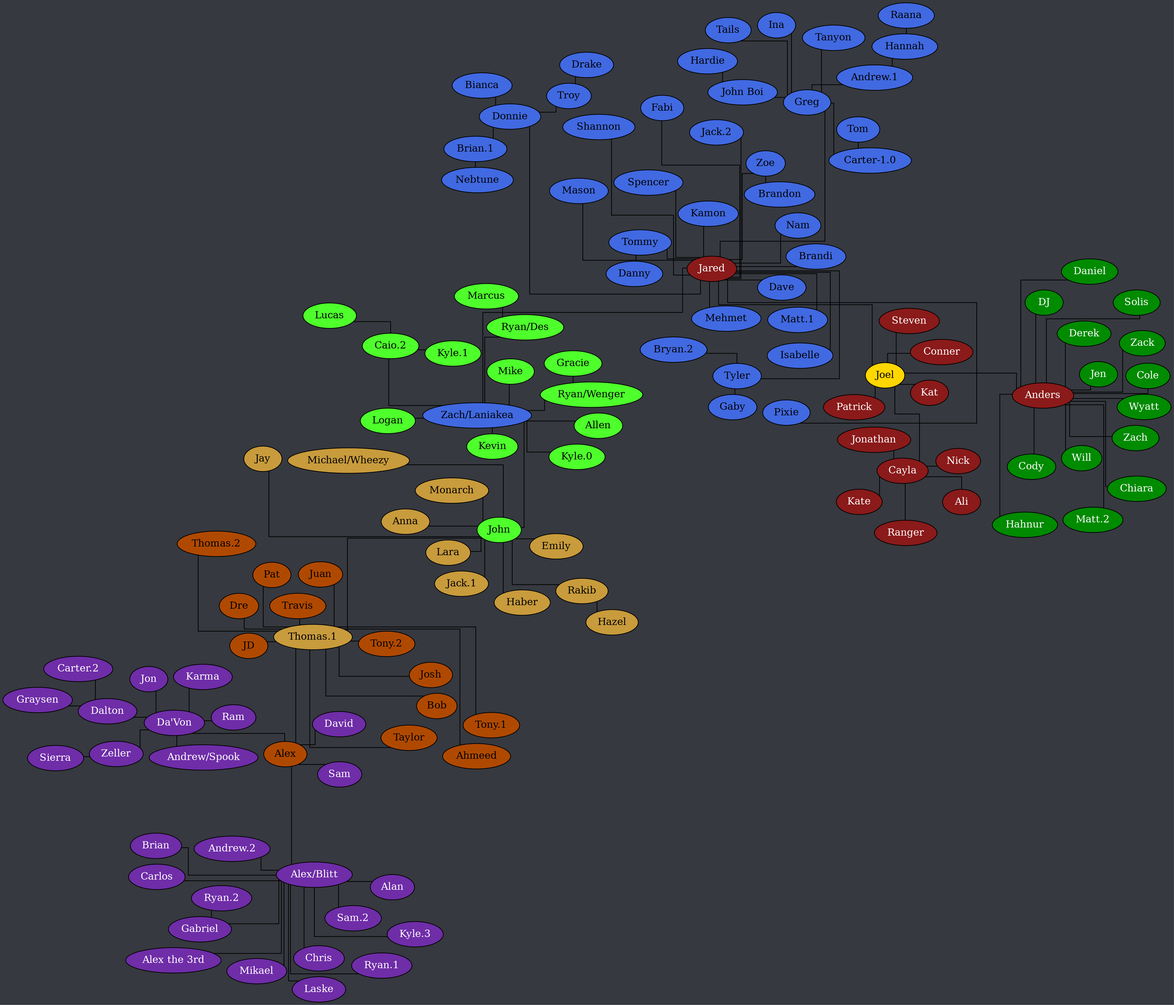
Earlier version of the Graphviz export tree.png (Documidas/CoronaCatzFamilyTree). Its source is kept beside it as tree.dot.
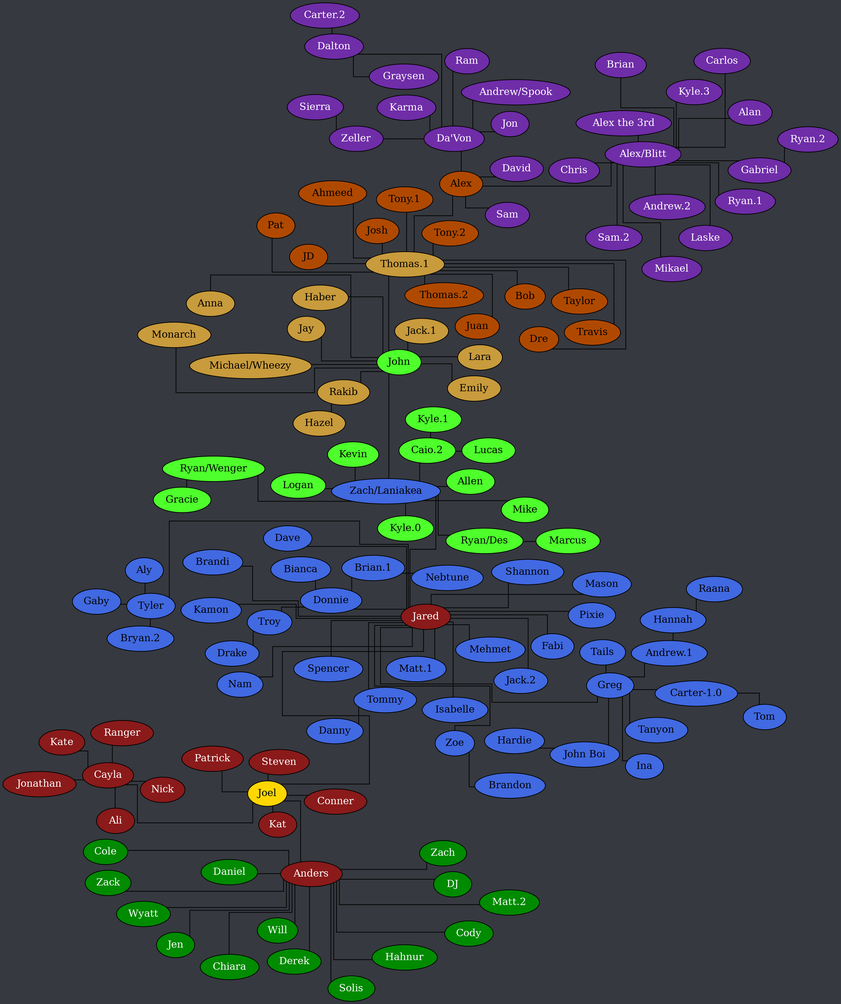
The same diagram one commit later.

Diff of the diagram source:
```diff
@@ -86,6 +86,7 @@
 		"John Boi" -- Hardie;
 		Tommy -- Danny;
 		Troy -- Drake;
+		Tyler -- Aly;
 		Tyler -- "Bryan.2";
 		Tyler -- Gaby;
 		Zoe -- Brandon;
```
